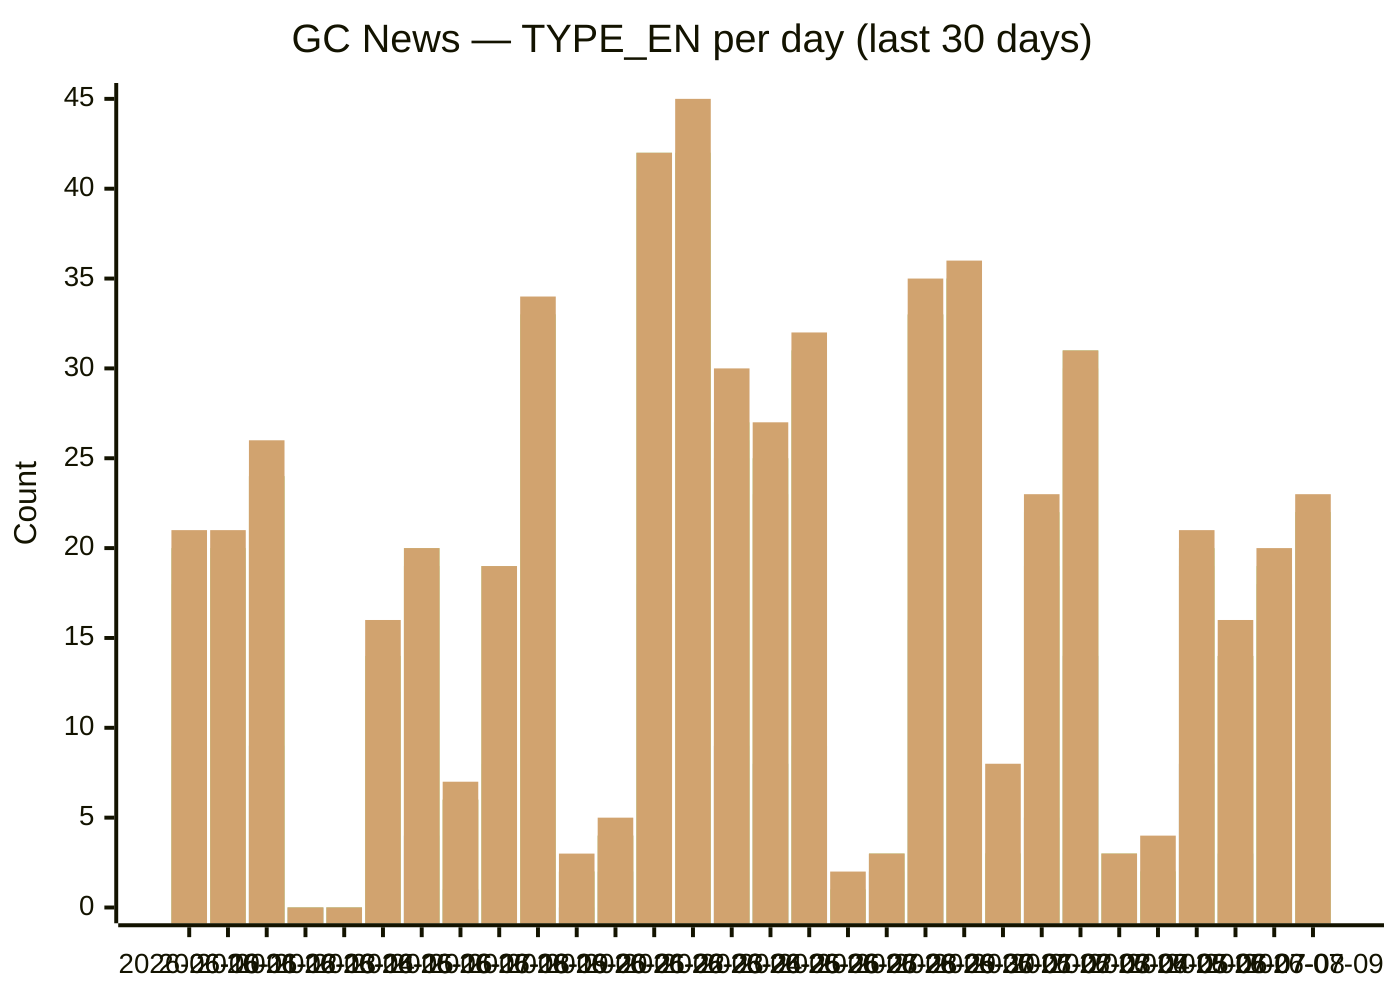
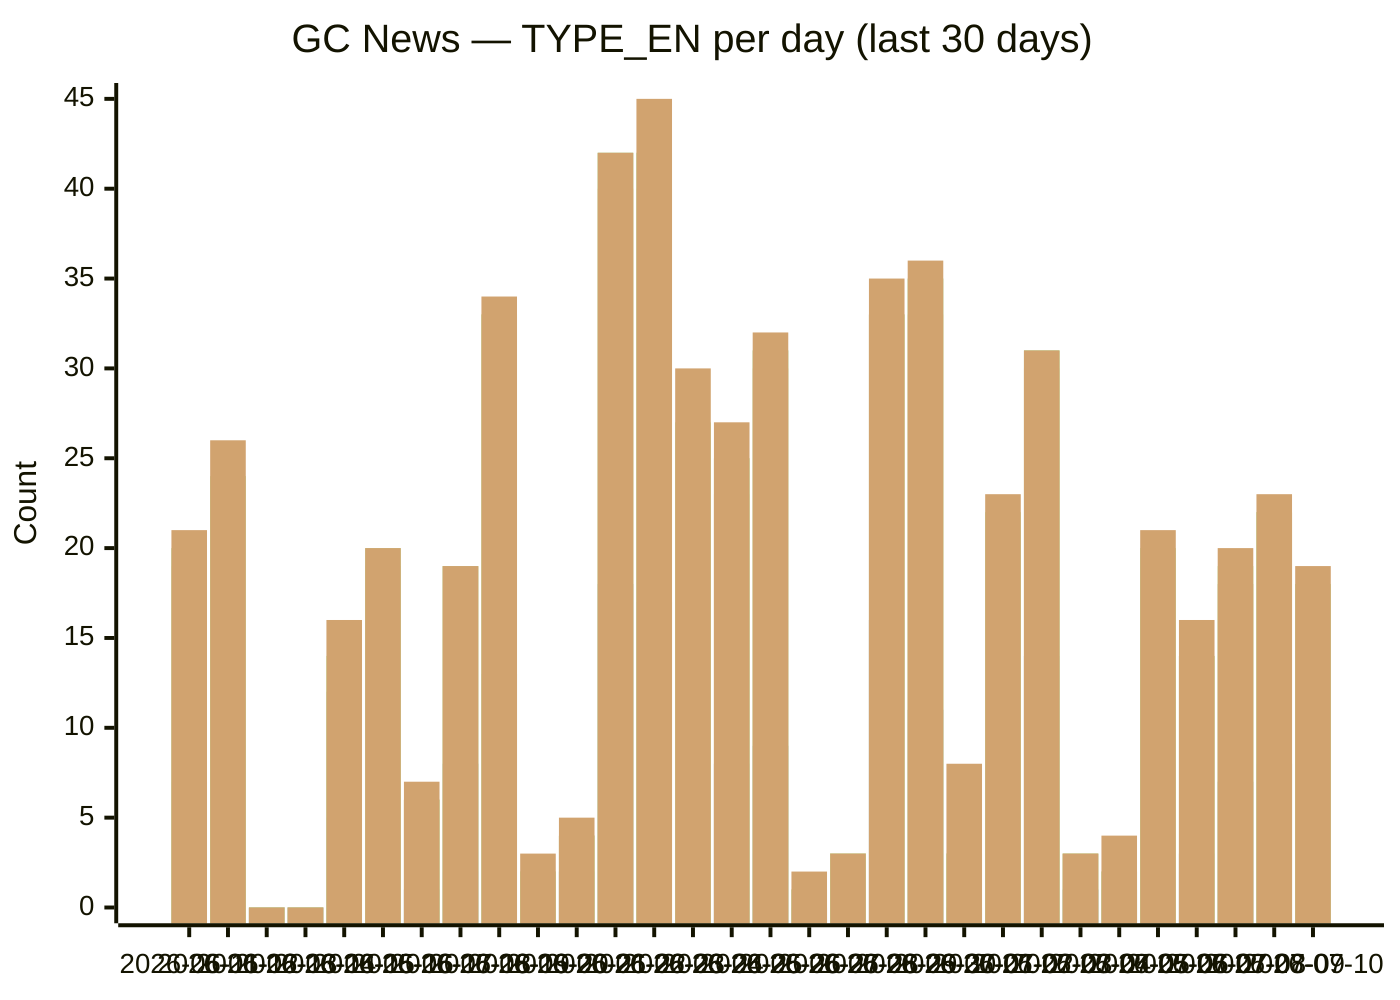
xychart-beta
  title "GC News — TYPE_EN per day (last 30 days)"
-   x-axis [2026-06-10, 2026-06-11, 2026-06-12, 2026-06-13, 2026-06-14, 2026-06-15, 2026-06-16, 2026-06-17, 2026-06-18, 2026-06-19, 2026-06-20, 2026-06-21, 2026-06-22, 2026-06-23, 2026-06-24, 2026-06-25, 2026-06-26, 2026-06-27, 2026-06-28, 2026-06-29, 2026-06-30, 2026-07-01, 2026-07-02, 2026-07-03, 2026-07-04, 2026-07-05, 2026-07-06, 2026-07-07, 2026-07-08, 2026-07-09]
+   x-axis [2026-06-11, 2026-06-12, 2026-06-13, 2026-06-14, 2026-06-15, 2026-06-16, 2026-06-17, 2026-06-18, 2026-06-19, 2026-06-20, 2026-06-21, 2026-06-22, 2026-06-23, 2026-06-24, 2026-06-25, 2026-06-26, 2026-06-27, 2026-06-28, 2026-06-29, 2026-06-30, 2026-07-01, 2026-07-02, 2026-07-03, 2026-07-04, 2026-07-05, 2026-07-06, 2026-07-07, 2026-07-08, 2026-07-09, 2026-07-10]
  y-axis "Count" 0 --> 45
-   bar backgrounders [2, 0, 3, 0, 0, 2, 3, 1, 2, 2, 0, 0, 3, 6, 2, 2, 3, 0, 0, 4, 3, 0, 1, 3, 1, 0, 3, 2, 2, 3]
-   bar "media advisories" [9, 7, 9, 0, 0, 5, 4, 1, 8, 13, 0, 2, 18, 17, 9, 8, 9, 0, 2, 16, 11, 0, 5, 14, 1, 1, 8, 3, 7, 8]
-   bar "news releases" [18, 19, 24, 0, 0, 12, 19, 6, 19, 33, 2, 4, 40, 40, 25, 23, 30, 1, 3, 33, 33, 3, 19, 30, 3, 2, 19, 14, 18, 22]
-   bar readouts [20, 20, 24, 0, 0, 12, 19, 6, 19, 33, 2, 4, 42, 42, 26, 25, 31, 1, 3, 33, 35, 3, 21, 31, 3, 2, 20, 14, 18, 22]
-   bar speeches [20, 20, 24, 0, 0, 14, 20, 6, 19, 33, 2, 4, 42, 42, 27, 25, 31, 1, 3, 33, 35, 3, 22, 31, 3, 2, 20, 14, 19, 22]
-   bar statements [21, 21, 26, 0, 0, 16, 20, 7, 19, 34, 3, 5, 42, 45, 30, 27, 32, 2, 3, 35, 36, 8, 23, 31, 3, 4, 21, 16, 20, 23]
+   bar backgrounders [0, 3, 0, 0, 2, 3, 1, 2, 2, 0, 0, 3, 6, 2, 2, 3, 0, 0, 4, 3, 0, 1, 3, 1, 0, 3, 2, 2, 3, 3]
+   bar "media advisories" [7, 9, 0, 0, 5, 4, 1, 8, 13, 0, 2, 18, 17, 9, 8, 9, 0, 2, 16, 11, 0, 5, 14, 1, 1, 8, 3, 7, 8, 7]
+   bar "news releases" [19, 24, 0, 0, 12, 19, 6, 19, 33, 2, 4, 40, 40, 25, 23, 30, 1, 3, 33, 33, 3, 19, 30, 3, 2, 19, 14, 18, 22, 18]
+   bar readouts [20, 24, 0, 0, 12, 19, 6, 19, 33, 2, 4, 42, 42, 26, 25, 31, 1, 3, 33, 35, 3, 21, 31, 3, 2, 20, 14, 18, 22, 18]
+   bar speeches [20, 24, 0, 0, 14, 20, 6, 19, 33, 2, 4, 42, 42, 27, 25, 31, 1, 3, 33, 35, 3, 22, 31, 3, 2, 20, 14, 19, 22, 18]
+   bar statements [21, 26, 0, 0, 16, 20, 7, 19, 34, 3, 5, 42, 45, 30, 27, 32, 2, 3, 35, 36, 8, 23, 31, 3, 4, 21, 16, 20, 23, 19]
